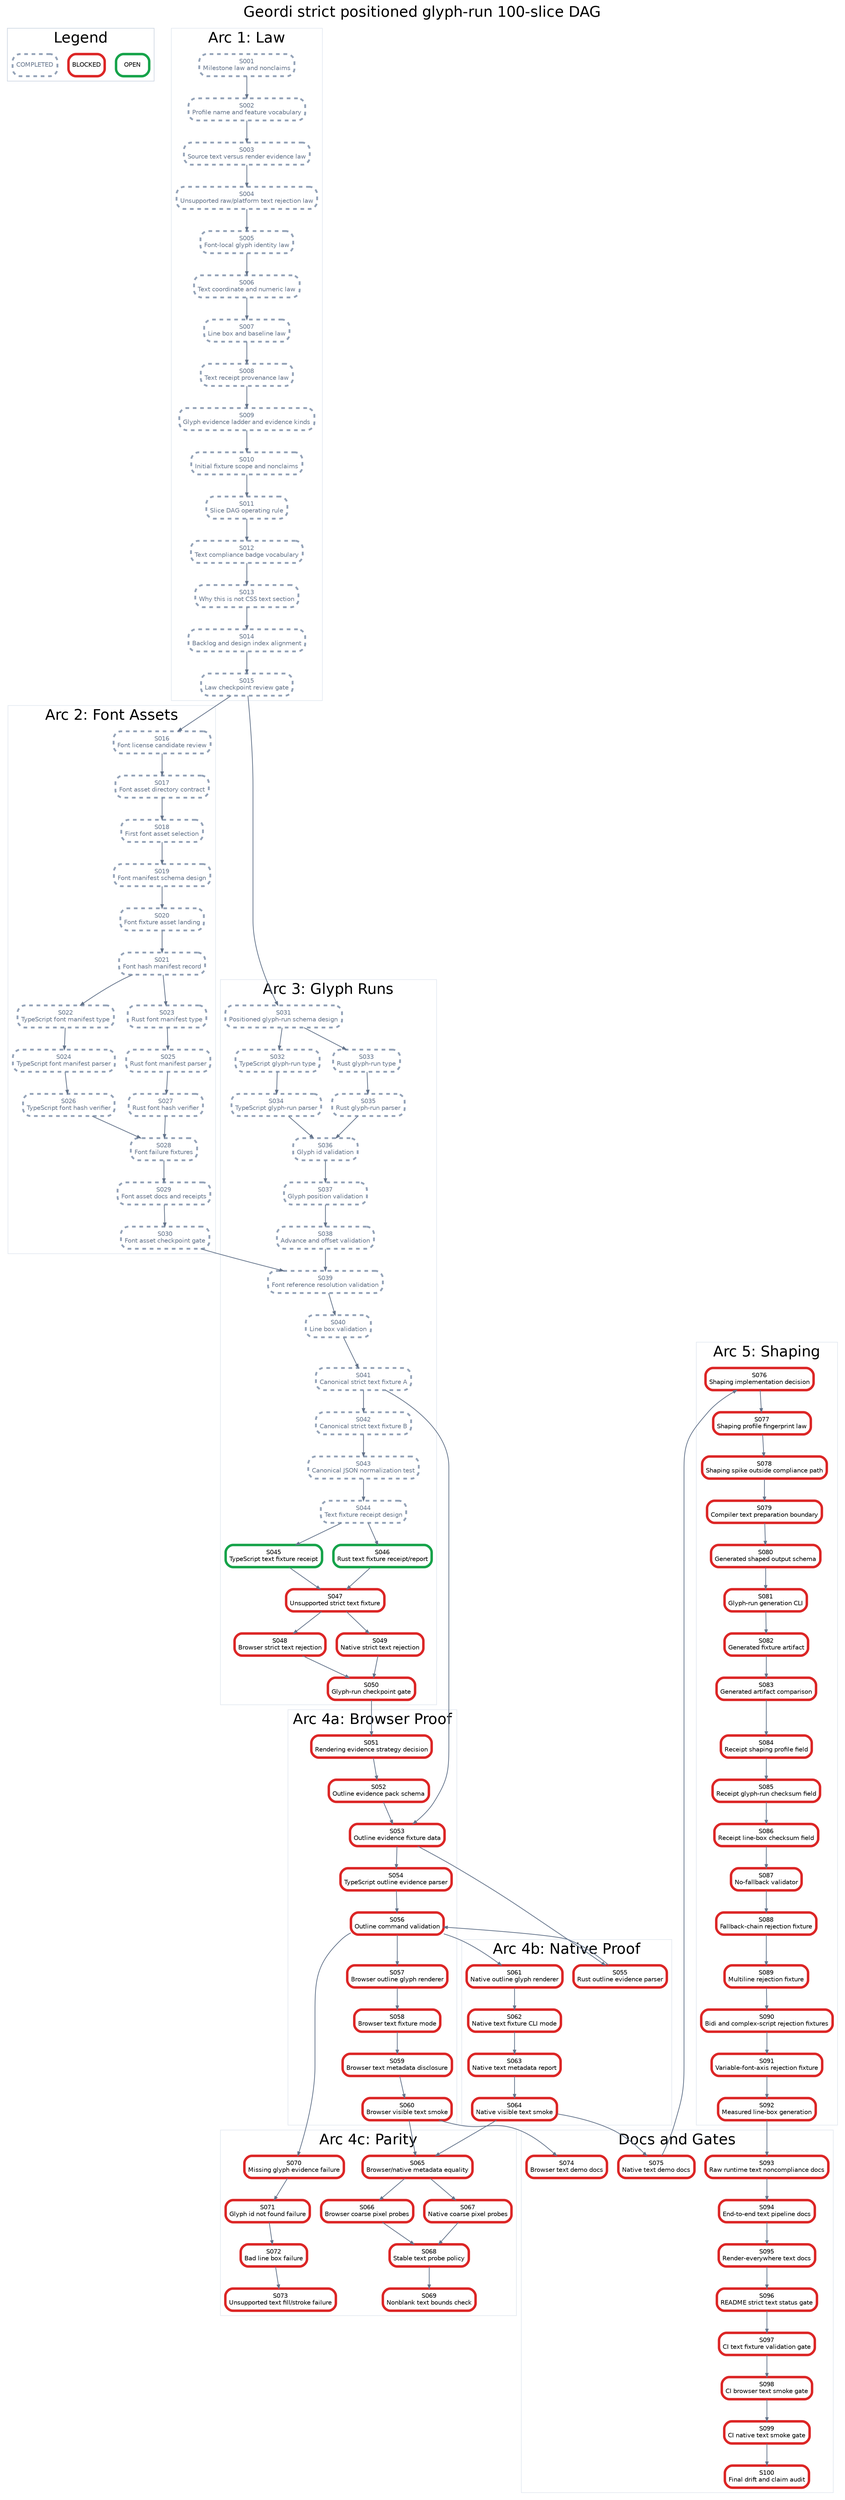
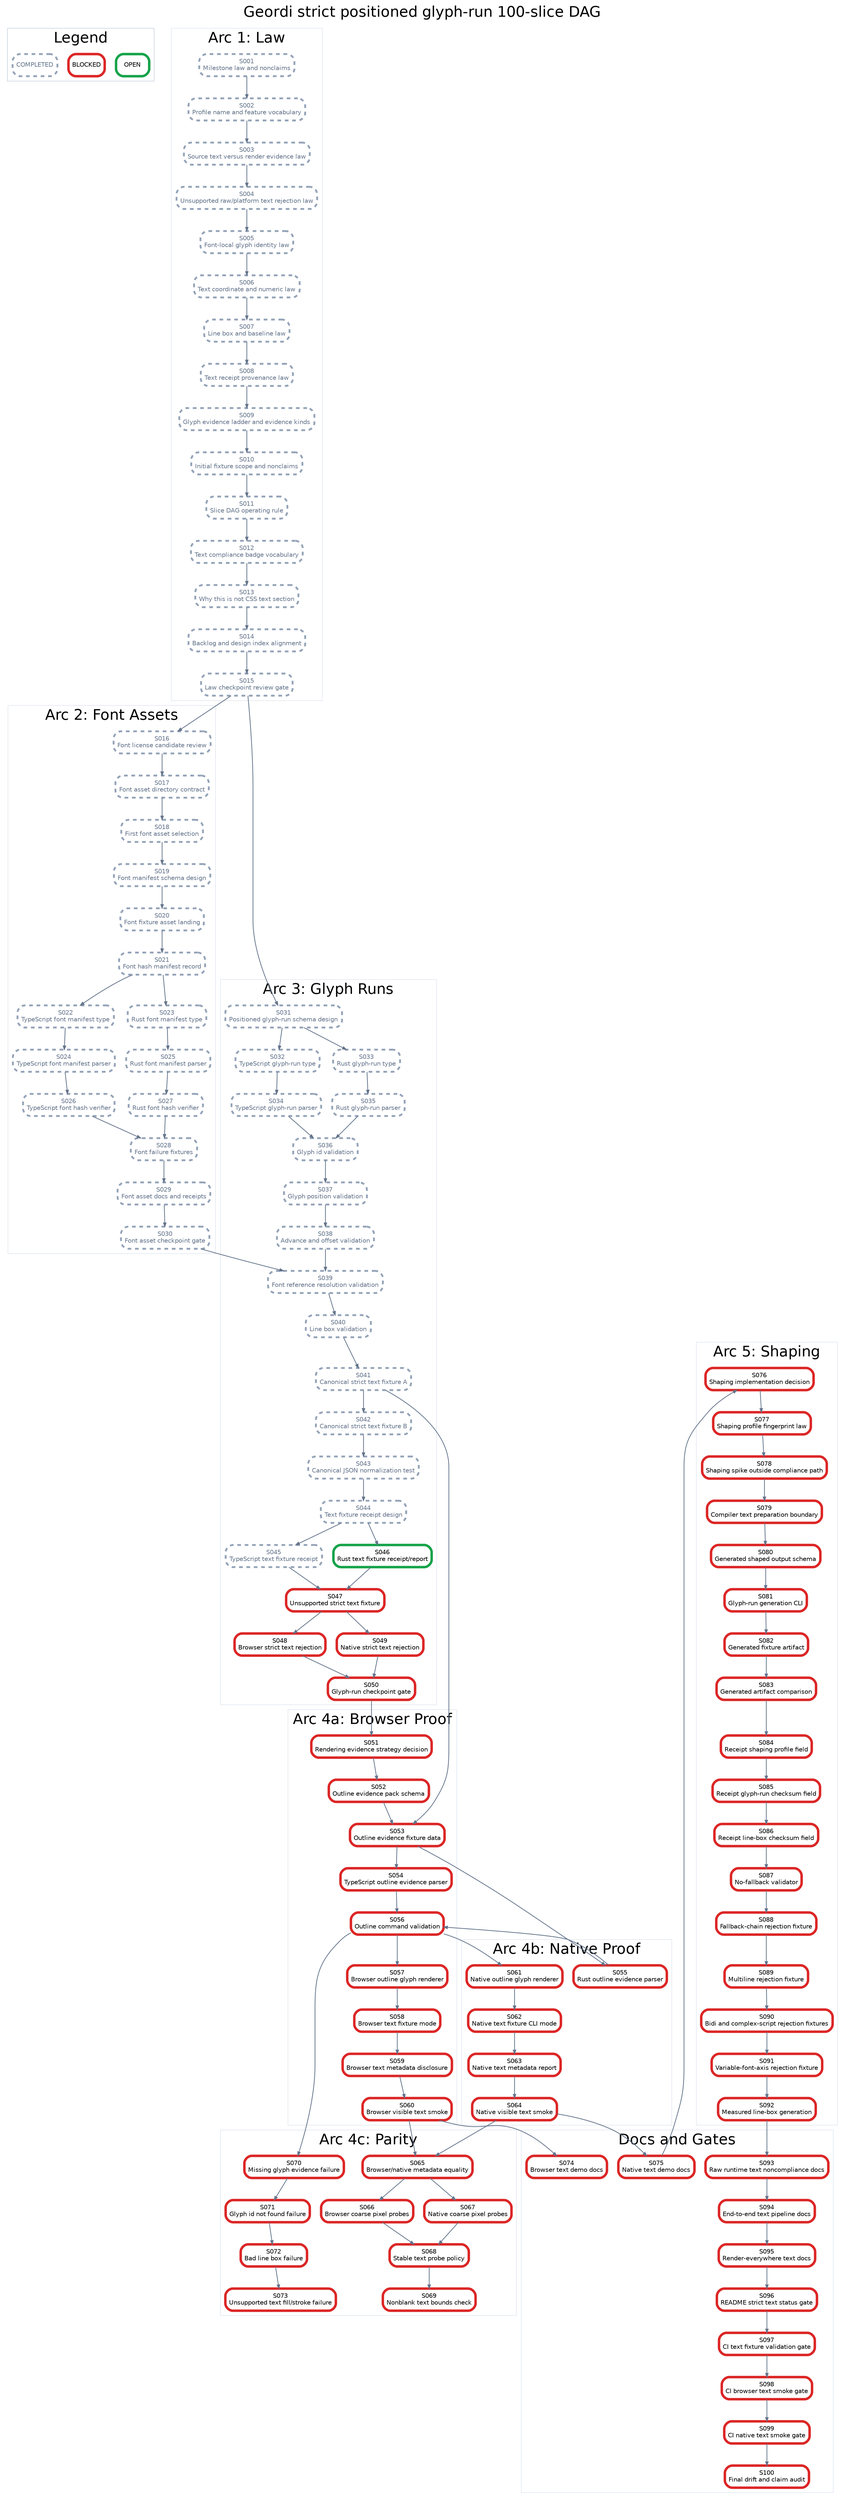
digraph StrictPositionedGlyphRunPlan {
  graph [rankdir=TB, bgcolor="white", fontname="Helvetica", label="Geordi strict positioned glyph-run 100-slice DAG", labelloc="t", fontsize=24];
  node [shape=box, style="rounded,filled", fillcolor="white", fontname="Helvetica", fontsize=10, margin="0.08,0.05"];
  edge [color="#64748b", arrowsize=0.6, penwidth=1.2];

  subgraph cluster_legend {
    label="Legend";
    color="#cbd5e1";
    legend_open [label="OPEN", color="#16a34a", penwidth=4];
    legend_blocked [label="BLOCKED", color="#dc2626", penwidth=4];
    legend_done [label="COMPLETED", color="#94a3b8", penwidth=3, style="rounded,filled,dashed", fontcolor="#64748b"];
  }

  subgraph cluster_law {
    label="Arc 1: Law";
    color="#e2e8f0";
    S001 [label="S001\nMilestone law and nonclaims", color="#94a3b8", penwidth=3, style="rounded,filled,dashed", fontcolor="#64748b"];
    S002 [label="S002\nProfile name and feature vocabulary", color="#94a3b8", penwidth=3, style="rounded,filled,dashed", fontcolor="#64748b"];
    S003 [label="S003\nSource text versus render evidence law", color="#94a3b8", penwidth=3, style="rounded,filled,dashed", fontcolor="#64748b"];
    S004 [label="S004\nUnsupported raw/platform text rejection law", color="#94a3b8", penwidth=3, style="rounded,filled,dashed", fontcolor="#64748b"];
    S005 [label="S005\nFont-local glyph identity law", color="#94a3b8", penwidth=3, style="rounded,filled,dashed", fontcolor="#64748b"];
    S006 [label="S006\nText coordinate and numeric law", color="#94a3b8", penwidth=3, style="rounded,filled,dashed", fontcolor="#64748b"];
    S007 [label="S007\nLine box and baseline law", color="#94a3b8", penwidth=3, style="rounded,filled,dashed", fontcolor="#64748b"];
    S008 [label="S008\nText receipt provenance law", color="#94a3b8", penwidth=3, style="rounded,filled,dashed", fontcolor="#64748b"];
    S009 [label="S009\nGlyph evidence ladder and evidence kinds", color="#94a3b8", penwidth=3, style="rounded,filled,dashed", fontcolor="#64748b"];
    S010 [label="S010\nInitial fixture scope and nonclaims", color="#94a3b8", penwidth=3, style="rounded,filled,dashed", fontcolor="#64748b"];
    S011 [label="S011\nSlice DAG operating rule", color="#94a3b8", penwidth=3, style="rounded,filled,dashed", fontcolor="#64748b"];
    S012 [label="S012\nText compliance badge vocabulary", color="#94a3b8", penwidth=3, style="rounded,filled,dashed", fontcolor="#64748b"];
    S013 [label="S013\nWhy this is not CSS text section", color="#94a3b8", penwidth=3, style="rounded,filled,dashed", fontcolor="#64748b"];
    S014 [label="S014\nBacklog and design index alignment", color="#94a3b8", penwidth=3, style="rounded,filled,dashed", fontcolor="#64748b"];
    S015 [label="S015\nLaw checkpoint review gate", color="#94a3b8", penwidth=3, style="rounded,filled,dashed", fontcolor="#64748b"];
  }

  subgraph cluster_assets {
    label="Arc 2: Font Assets";
    color="#e2e8f0";
    S016 [label="S016\nFont license candidate review", color="#94a3b8", penwidth=3, style="rounded,filled,dashed", fontcolor="#64748b"];
    S017 [label="S017\nFont asset directory contract", color="#94a3b8", penwidth=3, style="rounded,filled,dashed", fontcolor="#64748b"];
    S018 [label="S018\nFirst font asset selection", color="#94a3b8", penwidth=3, style="rounded,filled,dashed", fontcolor="#64748b"];
    S019 [label="S019\nFont manifest schema design", color="#94a3b8", penwidth=3, style="rounded,filled,dashed", fontcolor="#64748b"];
    S020 [label="S020\nFont fixture asset landing", color="#94a3b8", penwidth=3, style="rounded,filled,dashed", fontcolor="#64748b"];
    S021 [label="S021\nFont hash manifest record", color="#94a3b8", penwidth=3, style="rounded,filled,dashed", fontcolor="#64748b"];
    S022 [label="S022\nTypeScript font manifest type", color="#94a3b8", penwidth=3, style="rounded,filled,dashed", fontcolor="#64748b"];
    S023 [label="S023\nRust font manifest type", color="#94a3b8", penwidth=3, style="rounded,filled,dashed", fontcolor="#64748b"];
    S024 [label="S024\nTypeScript font manifest parser", color="#94a3b8", penwidth=3, style="rounded,filled,dashed", fontcolor="#64748b"];
    S025 [label="S025\nRust font manifest parser", color="#94a3b8", penwidth=3, style="rounded,filled,dashed", fontcolor="#64748b"];
    S026 [label="S026\nTypeScript font hash verifier", color="#94a3b8", penwidth=3, style="rounded,filled,dashed", fontcolor="#64748b"];
    S027 [label="S027\nRust font hash verifier", color="#94a3b8", penwidth=3, style="rounded,filled,dashed", fontcolor="#64748b"];
    S028 [label="S028\nFont failure fixtures", color="#94a3b8", penwidth=3, style="rounded,filled,dashed", fontcolor="#64748b"];
    S029 [label="S029\nFont asset docs and receipts", color="#94a3b8", penwidth=3, style="rounded,filled,dashed", fontcolor="#64748b"];
    S030 [label="S030\nFont asset checkpoint gate", color="#94a3b8", penwidth=3, style="rounded,filled,dashed", fontcolor="#64748b"];
  }

  subgraph cluster_glyph {
    label="Arc 3: Glyph Runs";
    color="#e2e8f0";
    S031 [label="S031\nPositioned glyph-run schema design", color="#94a3b8", penwidth=3, style="rounded,filled,dashed", fontcolor="#64748b"];
    S032 [label="S032\nTypeScript glyph-run type", color="#94a3b8", penwidth=3, style="rounded,filled,dashed", fontcolor="#64748b"];
    S033 [label="S033\nRust glyph-run type", color="#94a3b8", penwidth=3, style="rounded,filled,dashed", fontcolor="#64748b"];
    S034 [label="S034\nTypeScript glyph-run parser", color="#94a3b8", penwidth=3, style="rounded,filled,dashed", fontcolor="#64748b"];
    S035 [label="S035\nRust glyph-run parser", color="#94a3b8", penwidth=3, style="rounded,filled,dashed", fontcolor="#64748b"];
    S036 [label="S036\nGlyph id validation", color="#94a3b8", penwidth=3, style="rounded,filled,dashed", fontcolor="#64748b"];
    S037 [label="S037\nGlyph position validation", color="#94a3b8", penwidth=3, style="rounded,filled,dashed", fontcolor="#64748b"];
    S038 [label="S038\nAdvance and offset validation", color="#94a3b8", penwidth=3, style="rounded,filled,dashed", fontcolor="#64748b"];
    S039 [label="S039\nFont reference resolution validation", color="#94a3b8", penwidth=3, style="rounded,filled,dashed", fontcolor="#64748b"];
    S040 [label="S040\nLine box validation", color="#94a3b8", penwidth=3, style="rounded,filled,dashed", fontcolor="#64748b"];
    S041 [label="S041\nCanonical strict text fixture A", color="#94a3b8", penwidth=3, style="rounded,filled,dashed", fontcolor="#64748b"];
    S042 [label="S042\nCanonical strict text fixture B", color="#94a3b8", penwidth=3, style="rounded,filled,dashed", fontcolor="#64748b"];
    S043 [label="S043\nCanonical JSON normalization test", color="#94a3b8", penwidth=3, style="rounded,filled,dashed", fontcolor="#64748b"];
    S044 [label="S044\nText fixture receipt design", color="#94a3b8", penwidth=3, style="rounded,filled,dashed", fontcolor="#64748b"];
-     S045 [label="S045\nTypeScript text fixture receipt", color="#16a34a", penwidth=4];
+     S045 [label="S045\nTypeScript text fixture receipt", color="#94a3b8", penwidth=3, style="rounded,filled,dashed", fontcolor="#64748b"];
    S046 [label="S046\nRust text fixture receipt/report", color="#16a34a", penwidth=4];
    S047 [label="S047\nUnsupported strict text fixture", color="#dc2626", penwidth=4];
    S048 [label="S048\nBrowser strict text rejection", color="#dc2626", penwidth=4];
    S049 [label="S049\nNative strict text rejection", color="#dc2626", penwidth=4];
    S050 [label="S050\nGlyph-run checkpoint gate", color="#dc2626", penwidth=4];
  }

  subgraph cluster_browser {
    label="Arc 4a: Browser Proof";
    color="#e2e8f0";
    S051 [label="S051\nRendering evidence strategy decision", color="#dc2626", penwidth=4];
    S052 [label="S052\nOutline evidence pack schema", color="#dc2626", penwidth=4];
    S053 [label="S053\nOutline evidence fixture data", color="#dc2626", penwidth=4];
    S054 [label="S054\nTypeScript outline evidence parser", color="#dc2626", penwidth=4];
    S056 [label="S056\nOutline command validation", color="#dc2626", penwidth=4];
    S057 [label="S057\nBrowser outline glyph renderer", color="#dc2626", penwidth=4];
    S058 [label="S058\nBrowser text fixture mode", color="#dc2626", penwidth=4];
    S059 [label="S059\nBrowser text metadata disclosure", color="#dc2626", penwidth=4];
    S060 [label="S060\nBrowser visible text smoke", color="#dc2626", penwidth=4];
  }

  subgraph cluster_native {
    label="Arc 4b: Native Proof";
    color="#e2e8f0";
    S055 [label="S055\nRust outline evidence parser", color="#dc2626", penwidth=4];
    S061 [label="S061\nNative outline glyph renderer", color="#dc2626", penwidth=4];
    S062 [label="S062\nNative text fixture CLI mode", color="#dc2626", penwidth=4];
    S063 [label="S063\nNative text metadata report", color="#dc2626", penwidth=4];
    S064 [label="S064\nNative visible text smoke", color="#dc2626", penwidth=4];
  }

  subgraph cluster_parity {
    label="Arc 4c: Parity";
    color="#e2e8f0";
    S065 [label="S065\nBrowser/native metadata equality", color="#dc2626", penwidth=4];
    S066 [label="S066\nBrowser coarse pixel probes", color="#dc2626", penwidth=4];
    S067 [label="S067\nNative coarse pixel probes", color="#dc2626", penwidth=4];
    S068 [label="S068\nStable text probe policy", color="#dc2626", penwidth=4];
    S069 [label="S069\nNonblank text bounds check", color="#dc2626", penwidth=4];
    S070 [label="S070\nMissing glyph evidence failure", color="#dc2626", penwidth=4];
    S071 [label="S071\nGlyph id not found failure", color="#dc2626", penwidth=4];
    S072 [label="S072\nBad line box failure", color="#dc2626", penwidth=4];
    S073 [label="S073\nUnsupported text fill/stroke failure", color="#dc2626", penwidth=4];
  }

  subgraph cluster_shaping {
    label="Arc 5: Shaping";
    color="#e2e8f0";
    S076 [label="S076\nShaping implementation decision", color="#dc2626", penwidth=4];
    S077 [label="S077\nShaping profile fingerprint law", color="#dc2626", penwidth=4];
    S078 [label="S078\nShaping spike outside compliance path", color="#dc2626", penwidth=4];
    S079 [label="S079\nCompiler text preparation boundary", color="#dc2626", penwidth=4];
    S080 [label="S080\nGenerated shaped output schema", color="#dc2626", penwidth=4];
    S081 [label="S081\nGlyph-run generation CLI", color="#dc2626", penwidth=4];
    S082 [label="S082\nGenerated fixture artifact", color="#dc2626", penwidth=4];
    S083 [label="S083\nGenerated artifact comparison", color="#dc2626", penwidth=4];
    S084 [label="S084\nReceipt shaping profile field", color="#dc2626", penwidth=4];
    S085 [label="S085\nReceipt glyph-run checksum field", color="#dc2626", penwidth=4];
    S086 [label="S086\nReceipt line-box checksum field", color="#dc2626", penwidth=4];
    S087 [label="S087\nNo-fallback validator", color="#dc2626", penwidth=4];
    S088 [label="S088\nFallback-chain rejection fixture", color="#dc2626", penwidth=4];
    S089 [label="S089\nMultiline rejection fixture", color="#dc2626", penwidth=4];
    S090 [label="S090\nBidi and complex-script rejection fixtures", color="#dc2626", penwidth=4];
    S091 [label="S091\nVariable-font-axis rejection fixture", color="#dc2626", penwidth=4];
    S092 [label="S092\nMeasured line-box generation", color="#dc2626", penwidth=4];
  }

  subgraph cluster_docs {
    label="Docs and Gates";
    color="#e2e8f0";
    S074 [label="S074\nBrowser text demo docs", color="#dc2626", penwidth=4];
    S075 [label="S075\nNative text demo docs", color="#dc2626", penwidth=4];
    S093 [label="S093\nRaw runtime text noncompliance docs", color="#dc2626", penwidth=4];
    S094 [label="S094\nEnd-to-end text pipeline docs", color="#dc2626", penwidth=4];
    S095 [label="S095\nRender-everywhere text docs", color="#dc2626", penwidth=4];
    S096 [label="S096\nREADME strict text status gate", color="#dc2626", penwidth=4];
    S097 [label="S097\nCI text fixture validation gate", color="#dc2626", penwidth=4];
    S098 [label="S098\nCI browser text smoke gate", color="#dc2626", penwidth=4];
    S099 [label="S099\nCI native text smoke gate", color="#dc2626", penwidth=4];
    S100 [label="S100\nFinal drift and claim audit", color="#dc2626", penwidth=4];
  }

  S001 -> S002;
  S002 -> S003;
  S003 -> S004;
  S004 -> S005;
  S005 -> S006;
  S006 -> S007;
  S007 -> S008;
  S008 -> S009;
  S009 -> S010;
  S010 -> S011;
  S011 -> S012;
  S012 -> S013;
  S013 -> S014;
  S014 -> S015;
  S015 -> S016;
  S016 -> S017;
  S017 -> S018;
  S018 -> S019;
  S019 -> S020;
  S020 -> S021;
  S021 -> S022;
  S021 -> S023;
  S022 -> S024;
  S023 -> S025;
  S024 -> S026;
  S025 -> S027;
  S026 -> S028;
  S027 -> S028;
  S028 -> S029;
  S029 -> S030;
  S015 -> S031;
  S031 -> S032;
  S031 -> S033;
  S032 -> S034;
  S033 -> S035;
  S034 -> S036;
  S035 -> S036;
  S036 -> S037;
  S037 -> S038;
  S038 -> S039;
  S039 -> S040;
  S030 -> S039;
  S040 -> S041;
  S041 -> S042;
  S042 -> S043;
  S043 -> S044;
  S044 -> S045;
  S044 -> S046;
  S045 -> S047;
  S046 -> S047;
  S047 -> S048;
  S047 -> S049;
  S048 -> S050;
  S049 -> S050;
  S050 -> S051;
  S051 -> S052;
  S052 -> S053;
  S041 -> S053;
  S053 -> S054;
  S053 -> S055;
  S054 -> S056;
  S055 -> S056;
  S056 -> S057;
  S057 -> S058;
  S058 -> S059;
  S059 -> S060;
  S056 -> S061;
  S061 -> S062;
  S062 -> S063;
  S063 -> S064;
  S060 -> S065;
  S064 -> S065;
  S065 -> S066;
  S065 -> S067;
  S066 -> S068;
  S067 -> S068;
  S068 -> S069;
  S056 -> S070;
  S070 -> S071;
  S071 -> S072;
  S072 -> S073;
  S060 -> S074;
  S064 -> S075;
  S075 -> S076;
  S076 -> S077;
  S077 -> S078;
  S078 -> S079;
  S079 -> S080;
  S080 -> S081;
  S081 -> S082;
  S082 -> S083;
  S083 -> S084;
  S084 -> S085;
  S085 -> S086;
  S086 -> S087;
  S087 -> S088;
  S088 -> S089;
  S089 -> S090;
  S090 -> S091;
  S091 -> S092;
  S092 -> S093;
  S093 -> S094;
  S094 -> S095;
  S095 -> S096;
  S096 -> S097;
  S097 -> S098;
  S098 -> S099;
  S099 -> S100;
}
